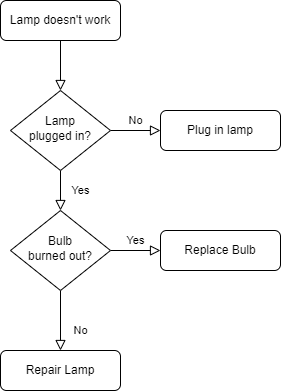
The draw.io diagram Feynman.png in fightmeat/photos, before a commit. Source tidied: cells renumbered, new cells last; positions are measured from the earlier drawing's top-left corner, leaving out a move shared by most shapes.
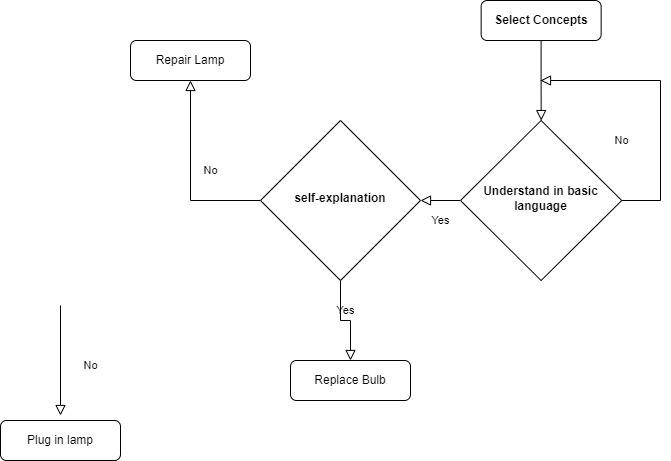
After the commit.

The edit, as a diff of the source:
```diff
@@ -5,35 +5,47 @@
     <mxCell id="2" style="rounded=0;html=1;jettySize=auto;fontSize=11;endArrow=block;endFill=0;endSize=8;strokeWidth=1;shadow=0;labelBackgroundColor=none;edgeStyle=orthogonalEdgeStyle;" parent="1" edge="1" source="3" target="6">
       <mxGeometry relative="1" as="geometry" />
     </mxCell>
-    <mxCell id="3" value="Lamp doesn't work" style="rounded=1;whiteSpace=wrap;html=1;fontSize=12;glass=0;strokeWidth=1;shadow=0;" parent="1" vertex="1">
-      <mxGeometry width="120" height="40" as="geometry" />
+    <mxCell id="3" value="&lt;b&gt;Select Concepts&lt;/b&gt;" style="rounded=1;whiteSpace=wrap;html=1;fontSize=12;glass=0;strokeWidth=1;shadow=0;" parent="1" vertex="1">
+      <mxGeometry x="20.6" y="-40" width="120" height="40" as="geometry" />
     </mxCell>
     <mxCell id="4" value="Yes" style="rounded=0;html=1;jettySize=auto;fontSize=11;endArrow=block;endFill=0;endSize=8;strokeWidth=1;shadow=0;labelBackgroundColor=none;edgeStyle=orthogonalEdgeStyle;" parent="1" edge="1" source="6" target="10">
       <mxGeometry y="20" relative="1" as="geometry" />
     </mxCell>
-    <mxCell id="5" value="No" style="edgeStyle=orthogonalEdgeStyle;rounded=0;html=1;jettySize=auto;fontSize=11;endArrow=block;endFill=0;endSize=8;strokeWidth=1;shadow=0;labelBackgroundColor=none;" parent="1" edge="1" source="6" target="7">
-      <mxGeometry y="10" relative="1" as="geometry" />
+    <mxCell id="5" value="No" style="edgeStyle=orthogonalEdgeStyle;rounded=0;html=1;jettySize=auto;fontSize=11;endArrow=block;endFill=0;endSize=8;strokeWidth=1;shadow=0;labelBackgroundColor=none;exitX=1;exitY=0.5;exitDx=0;exitDy=0;" parent="1" edge="1" source="6">
+      <mxGeometry x="-0.29" y="39" relative="1" as="geometry">
+        <mxPoint x="80" y="40" as="targetPoint" />
+        <Array as="points">
+          <mxPoint x="200" y="160" />
+          <mxPoint x="200" y="40" />
+        </Array>
+      </mxGeometry>
     </mxCell>
-    <mxCell id="6" value="Lamp&lt;br&gt;plugged in?" style="rhombus;whiteSpace=wrap;html=1;shadow=0;fontFamily=Helvetica;fontSize=12;align=center;strokeWidth=1;spacing=6;spacingTop=-4;" parent="1" vertex="1">
-      <mxGeometry x="10" y="90" width="100" height="80" as="geometry" />
+    <mxCell id="6" value="&lt;font size=&quot;1&quot; style=&quot;&quot;&gt;&lt;b style=&quot;font-size: 12px;&quot;&gt;Understand in basic language&lt;/b&gt;&lt;/font&gt;" style="rhombus;whiteSpace=wrap;html=1;shadow=0;fontFamily=Helvetica;fontSize=12;align=center;strokeWidth=1;spacing=6;spacingTop=-4;" parent="1" vertex="1">
+      <mxGeometry y="80" width="161.2" height="160" as="geometry" />
     </mxCell>
     <mxCell id="7" value="Plug in lamp" style="rounded=1;whiteSpace=wrap;html=1;fontSize=12;glass=0;strokeWidth=1;shadow=0;" parent="1" vertex="1">
-      <mxGeometry x="160" y="110" width="120" height="40" as="geometry" />
+      <mxGeometry x="-460" y="380" width="120" height="40" as="geometry" />
     </mxCell>
     <mxCell id="8" value="No" style="rounded=0;html=1;jettySize=auto;fontSize=11;endArrow=block;endFill=0;endSize=8;strokeWidth=1;shadow=0;labelBackgroundColor=none;edgeStyle=orthogonalEdgeStyle;" parent="1" edge="1" source="10" target="11">
-      <mxGeometry x="0.33" y="20" relative="1" as="geometry" />
+      <mxGeometry x="0.05" y="-20" relative="1" as="geometry" />
     </mxCell>
     <mxCell id="9" value="Yes" style="edgeStyle=orthogonalEdgeStyle;rounded=0;html=1;jettySize=auto;fontSize=11;endArrow=block;endFill=0;endSize=8;strokeWidth=1;shadow=0;labelBackgroundColor=none;" parent="1" edge="1" source="10" target="12">
       <mxGeometry y="10" relative="1" as="geometry" />
     </mxCell>
-    <mxCell id="10" value="Bulb&lt;br&gt;burned out?" style="rhombus;whiteSpace=wrap;html=1;shadow=0;fontFamily=Helvetica;fontSize=12;align=center;strokeWidth=1;spacing=6;spacingTop=-4;" parent="1" vertex="1">
-      <mxGeometry x="10" y="210" width="100" height="80" as="geometry" />
+    <mxCell id="10" value="&lt;b&gt;self-explanation&lt;/b&gt;" style="rhombus;whiteSpace=wrap;html=1;shadow=0;fontFamily=Helvetica;fontSize=12;align=center;strokeWidth=1;spacing=6;spacingTop=-4;" parent="1" vertex="1">
+      <mxGeometry x="-200" y="80" width="160" height="160" as="geometry" />
     </mxCell>
     <mxCell id="11" value="Repair Lamp" style="rounded=1;whiteSpace=wrap;html=1;fontSize=12;glass=0;strokeWidth=1;shadow=0;" parent="1" vertex="1">
-      <mxGeometry y="350" width="120" height="40" as="geometry" />
+      <mxGeometry x="-330" width="120" height="40" as="geometry" />
     </mxCell>
     <mxCell id="12" value="Replace Bulb" style="rounded=1;whiteSpace=wrap;html=1;fontSize=12;glass=0;strokeWidth=1;shadow=0;" parent="1" vertex="1">
-      <mxGeometry x="160" y="230" width="120" height="40" as="geometry" />
+      <mxGeometry x="-170" y="320" width="120" height="40" as="geometry" />
     </mxCell>
+    <mxCell id="13" value="No" style="rounded=0;html=1;jettySize=auto;orthogonalLoop=1;fontSize=11;endArrow=block;endFill=0;endSize=8;strokeWidth=1;shadow=0;labelBackgroundColor=none;edgeStyle=orthogonalEdgeStyle;" parent="1" edge="1">
+      <mxGeometry x="0.09" y="30" relative="1" as="geometry">
+        <mxPoint x="-400" y="265" as="sourcePoint" />
+        <mxPoint x="-400" y="375" as="targetPoint" />
+      </mxGeometry>
+    </mxCell>
   </root>
 </mxGraphModel>
```
